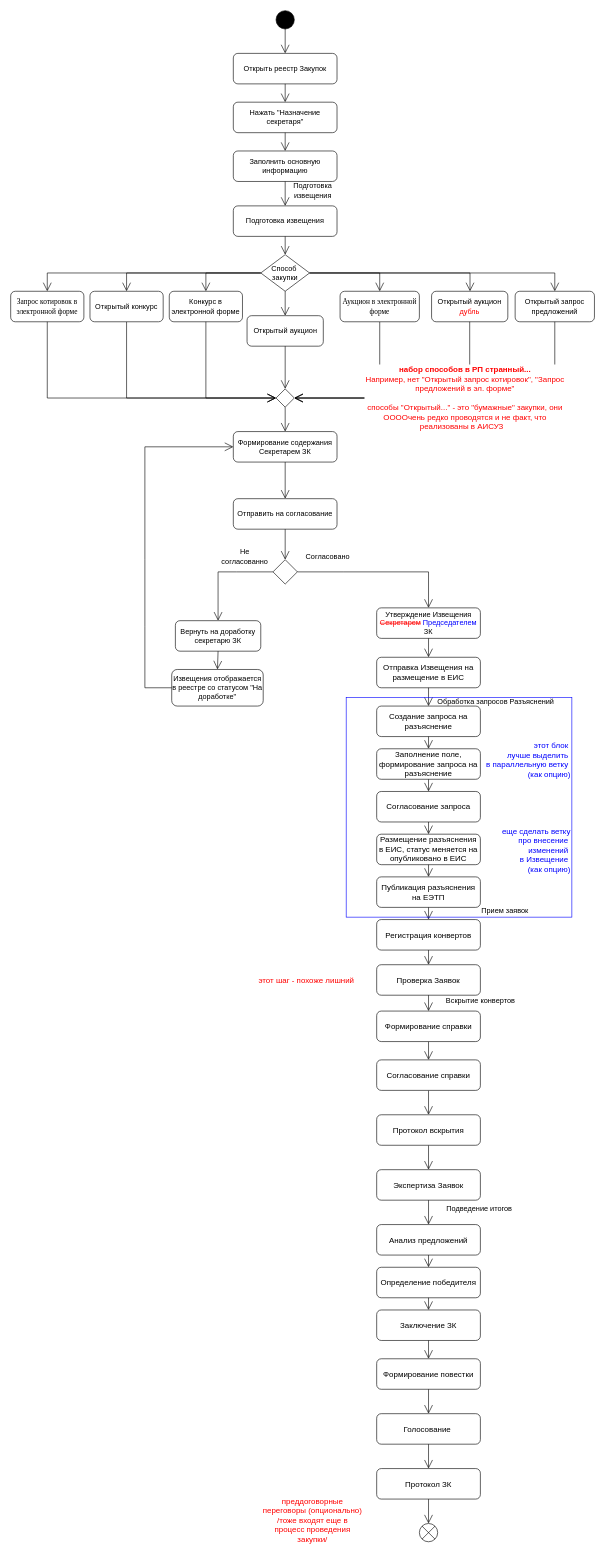
This is page "Проведение закупок" (9 of 11) of Предметная область SRM.drawio from realrvs/drawio, a draw.io file, before an edit. Source tidied: cells renumbered, new cells numbered last; positions are measured from the earlier drawing's top-left corner, leaving out a move shared by most shapes. Both pictures are drawn from the tidied source at 61%, with x=0, y=0 at pixel (10, 10).
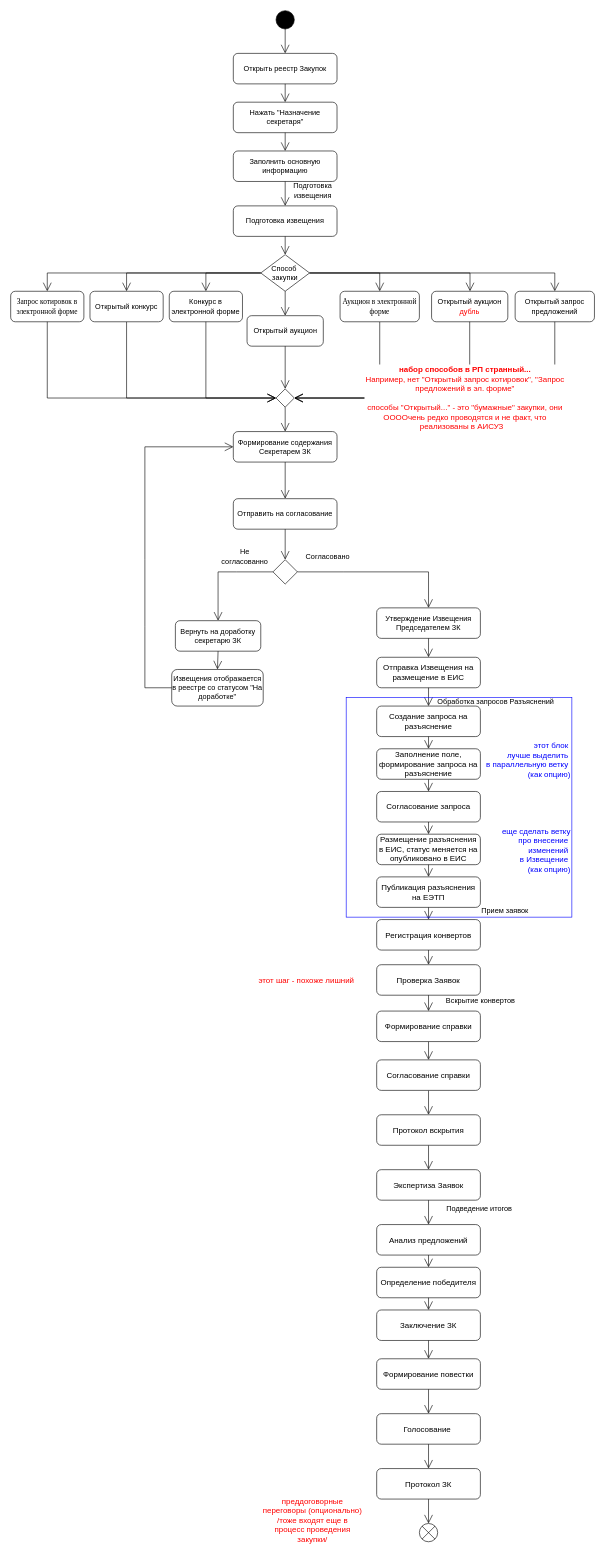
The same diagram, later.

Diff of the diagram source:
```diff
@@
-    <mxCell id="48" value="Утверждение Извещения &lt;font style=&quot;color: rgb(255, 0, 0);&quot;&gt;&lt;strike&gt;Секретарем&lt;/strike&gt;&lt;/font&gt; &lt;font style=&quot;color: light-dark(rgb(0, 0, 255), rgb(0, 0, 255));&quot;&gt;Председателем&lt;/font&gt; ЗК" style="html=1;whiteSpace=wrap;rounded=1;" parent="1" vertex="1">
+    <mxCell id="48" value="&lt;font style=&quot;color: rgb(0, 0, 0);&quot;&gt;Утверждение Извещения &lt;font style=&quot;&quot;&gt;Председателем&lt;/font&gt; ЗК&lt;/font&gt;" style="html=1;whiteSpace=wrap;rounded=1;" parent="1" vertex="1">
       <mxGeometry x="600" y="979" width="170" height="50" as="geometry" />
     </mxCell>
```
